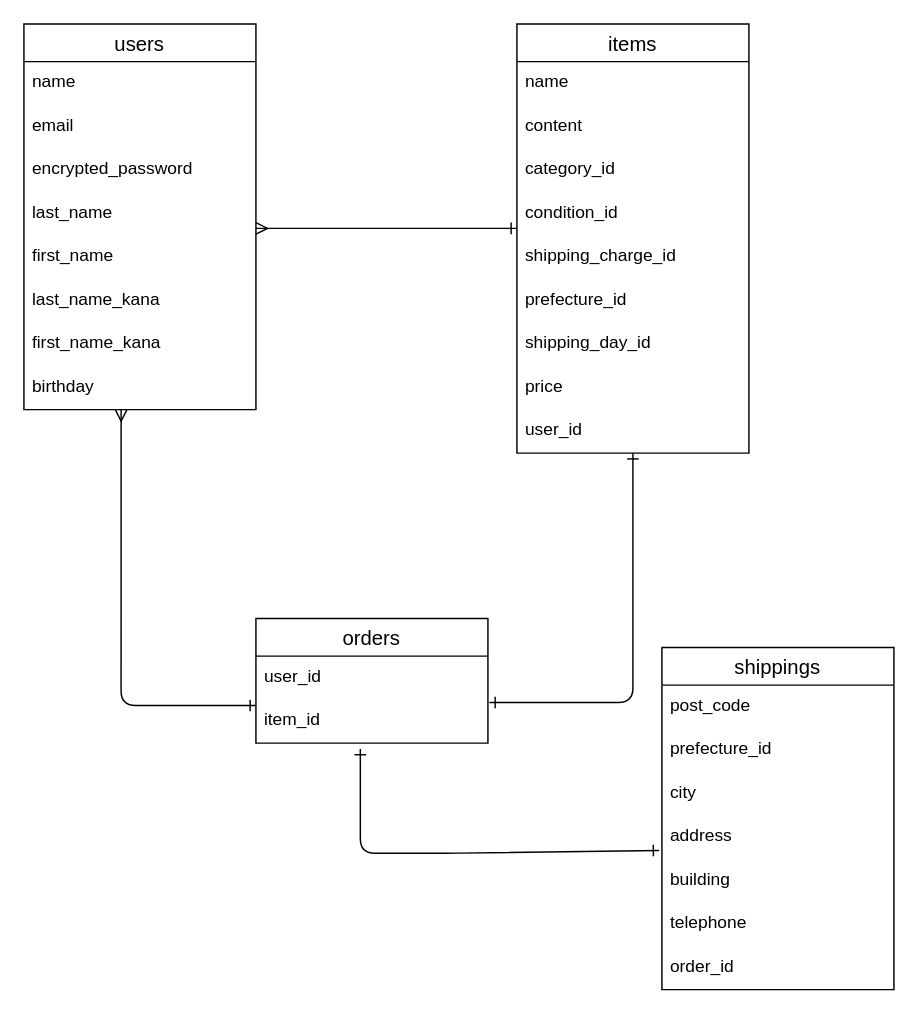
Above: er.dio in sh200000/furima-37903 (draw.io), before the change. Source tidied: cells renumbered, new cells numbered last; positions are measured from the earlier drawing's top-left corner, leaving out a move shared by most shapes. Both pictures are drawn from the tidied source at 145%, with x=0, y=0 at pixel (23, 23).
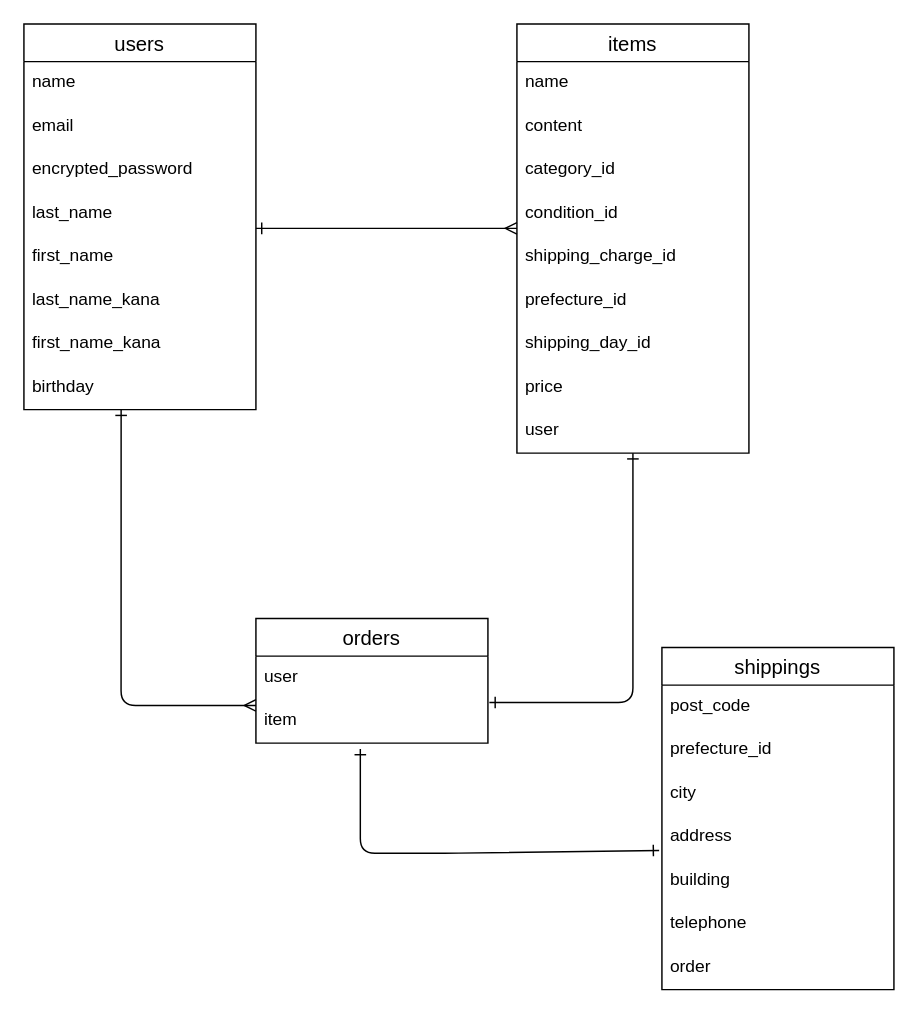
After the change.

Commit message:
データベース設計（修正３）

Unchanged cells that the change refers to:
```xml
<mxCell id="10" value="birthday" style="text;strokeColor=none;fillColor=none;spacingLeft=4;spacingRight=4;overflow=hidden;points=[[0,0.5],[1,0.5]];portConstraint=eastwest;fontSize=12;" parent="2" vertex="1">
  <mxGeometry y="236" width="160" height="30" as="geometry" />
</mxCell>
<mxCell id="11" value="items" style="swimlane;fontStyle=0;horizontal=1;startSize=26;align=center;fontSize=14;" parent="1" vertex="1">
  <mxGeometry x="340" width="160" height="296" as="geometry" />
</mxCell>
<mxCell id="15" value="condition_id" style="text;strokeColor=none;fillColor=none;spacingLeft=4;spacingRight=4;overflow=hidden;points=[[0,0.5],[1,0.5]];portConstraint=eastwest;fontSize=12;" parent="11" vertex="1">
  <mxGeometry y="116" width="160" height="30" as="geometry" />
</mxCell>
<mxCell id="21" value="orders" style="swimlane;fontStyle=0;horizontal=1;startSize=26;align=center;fontSize=14;" parent="1" vertex="1">
  <mxGeometry x="160" y="410" width="160" height="86" as="geometry" />
</mxCell>
<mxCell id="27" value="shippings" style="swimlane;fontStyle=0;horizontal=1;startSize=26;align=center;fontSize=14;" parent="1" vertex="1">
  <mxGeometry x="440" y="430" width="160" height="236" as="geometry" />
</mxCell>
```

What changed in the source:
```diff
@@
-    <mxCell id="20" value="user_id" style="text;strokeColor=none;fillColor=none;spacingLeft=4;spacingRight=4;overflow=hidden;fontSize=12;" parent="11" vertex="1">
+    <mxCell id="20" value="user" style="text;strokeColor=none;fillColor=none;spacingLeft=4;spacingRight=4;overflow=hidden;fontSize=12;" parent="11" vertex="1">
       <mxGeometry y="266" width="160" height="30" as="geometry" />
     </mxCell>
@@
-    <mxCell id="22" value="user_id" style="text;strokeColor=none;fillColor=none;spacingLeft=4;spacingRight=4;overflow=hidden;fontSize=12;" parent="21" vertex="1">
+    <mxCell id="22" value="user" style="text;strokeColor=none;fillColor=none;spacingLeft=4;spacingRight=4;overflow=hidden;fontSize=12;" parent="21" vertex="1">
       <mxGeometry y="26" width="160" height="30" as="geometry" />
     </mxCell>
-    <mxCell id="23" value="item_id" style="text;strokeColor=none;fillColor=none;spacingLeft=4;spacingRight=4;overflow=hidden;fontSize=12;" parent="21" vertex="1">
+    <mxCell id="23" value="item" style="text;strokeColor=none;fillColor=none;spacingLeft=4;spacingRight=4;overflow=hidden;fontSize=12;" parent="21" vertex="1">
       <mxGeometry y="56" width="160" height="30" as="geometry" />
     </mxCell>
-    <mxCell id="24" style="fontSize=12;html=1;endArrow=ERmany;startArrow=ERone;entryX=0.419;entryY=1;entryDx=0;entryDy=0;entryPerimeter=0;startFill=0;endFill=0;" parent="1" edge="1" target="10">
+    <mxCell id="24" style="fontSize=12;html=1;endArrow=ERone;startArrow=ERmany;entryX=0.419;entryY=1;entryDx=0;entryDy=0;entryPerimeter=0;startFill=0;endFill=0;" parent="1" edge="1" target="10">
       <mxGeometry relative="1" as="geometry">
         <mxPoint x="160" y="470" as="sourcePoint" />
         <Array as="points">
           <mxPoint x="67" y="470" />
         </Array>
       </mxGeometry>
     </mxCell>
@@
-    <mxCell id="26" style="fontSize=12;html=1;endArrow=ERmany;startArrow=ERone;startFill=0;endFill=0;exitX=0;exitY=0.833;exitDx=0;exitDy=0;exitPerimeter=0;" parent="1" edge="1" source="15">
+    <mxCell id="26" style="fontSize=12;html=1;endArrow=ERone;startArrow=ERmany;startFill=0;endFill=0;exitX=0;exitY=0.833;exitDx=0;exitDy=0;exitPerimeter=0;" parent="1" edge="1" source="15">
       <mxGeometry relative="1" as="geometry">
         <mxPoint x="160" y="141" as="targetPoint" />
       </mxGeometry>
     </mxCell>
@@
-    <mxCell id="34" value="order_id" style="text;strokeColor=none;fillColor=none;spacingLeft=4;spacingRight=4;overflow=hidden;fontSize=12;" parent="27" vertex="1">
+    <mxCell id="34" value="order" style="text;strokeColor=none;fillColor=none;spacingLeft=4;spacingRight=4;overflow=hidden;fontSize=12;" parent="27" vertex="1">
       <mxGeometry y="206" width="160" height="30" as="geometry" />
     </mxCell>
```
